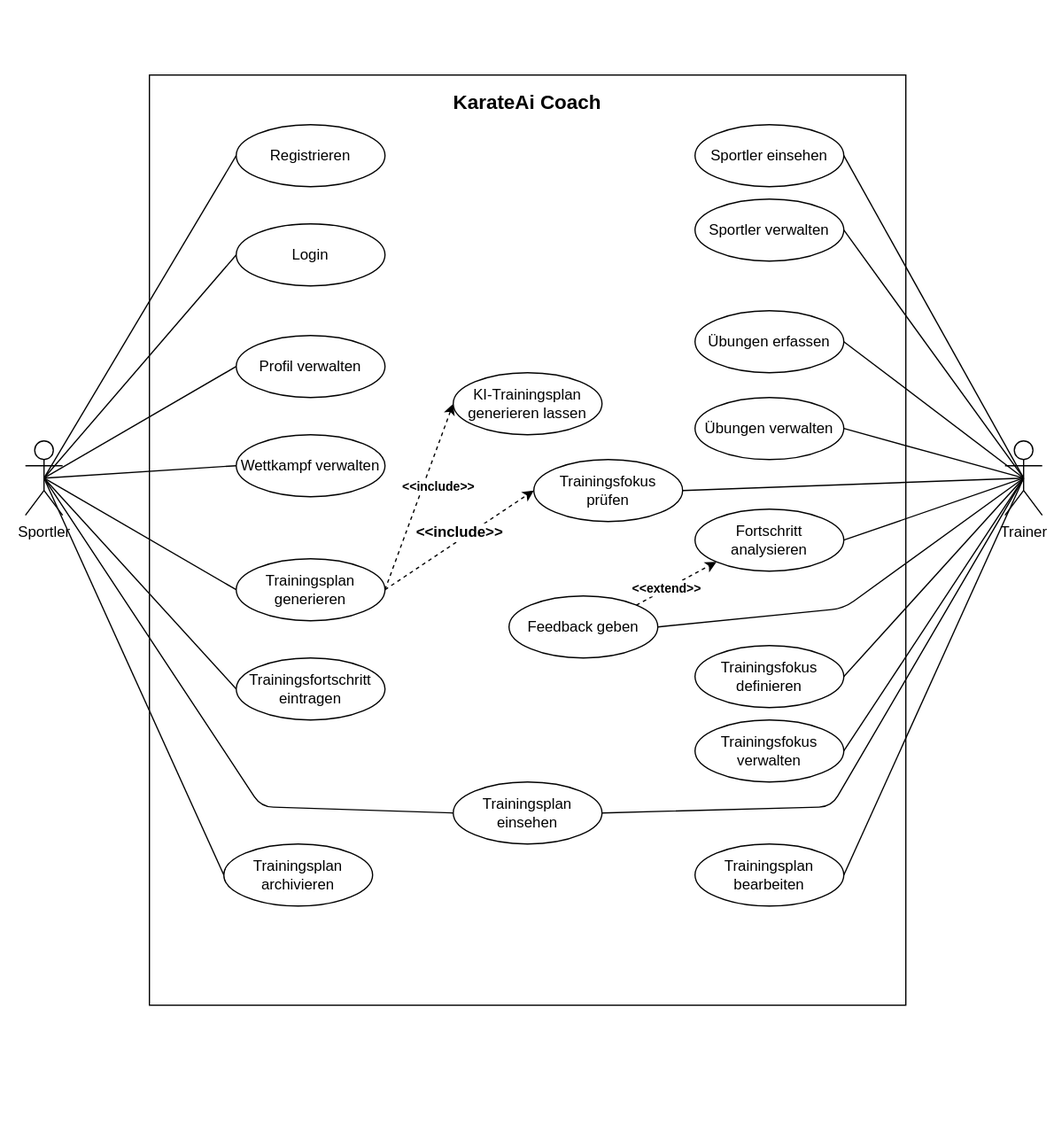
This is doc/uc-diagram.drawio.svg from Arben-ai/karateaicoach, a draw.io export, as it was before one commit. Source tidied: cells renumbered, new cells last; positions are measured from the earlier drawing's top-left corner, leaving out a move shared by most shapes.
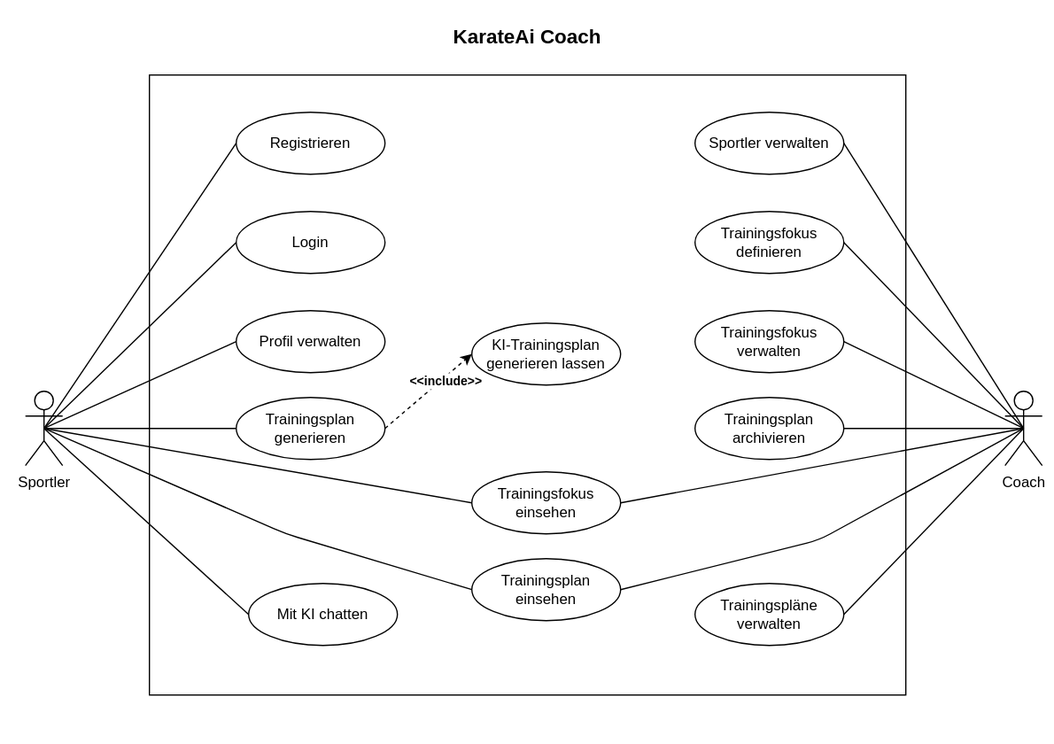
After the change.

Commit message:
Refactor code structure for improved readability and maintainability

What changed in the source:
```diff
@@ -3,10 +3,10 @@
     <mxCell id="0" />
     <mxCell id="1" parent="0" />
     <mxCell id="2" style="rounded=0;whiteSpace=wrap;html=1;strokeColor=none;" parent="1" vertex="1">
-      <mxGeometry width="850" height="920" as="geometry" />
+      <mxGeometry y="40" width="850" height="600" as="geometry" />
     </mxCell>
-    <mxCell id="3" value="&lt;font style=&quot;font-size: 16px;&quot;&gt;&lt;b&gt;KarateAi Coach&lt;/b&gt;&lt;/font&gt;&lt;div&gt;&lt;br&gt;&lt;/div&gt;&lt;div&gt;&lt;br&gt;&lt;/div&gt;&lt;div&gt;&lt;br&gt;&lt;/div&gt;&lt;div&gt;&lt;br&gt;&lt;/div&gt;&lt;div&gt;&lt;br&gt;&lt;/div&gt;&lt;div&gt;&lt;br&gt;&lt;/div&gt;&lt;div&gt;&lt;br&gt;&lt;/div&gt;&lt;div&gt;&lt;br&gt;&lt;/div&gt;&lt;div&gt;&lt;br&gt;&lt;/div&gt;&lt;div&gt;&lt;br&gt;&lt;/div&gt;&lt;div&gt;&lt;br&gt;&lt;/div&gt;&lt;div&gt;&lt;br&gt;&lt;/div&gt;&lt;div&gt;&lt;br&gt;&lt;/div&gt;&lt;div&gt;&lt;br&gt;&lt;/div&gt;&lt;div&gt;&lt;br&gt;&lt;/div&gt;&lt;div&gt;&lt;br&gt;&lt;/div&gt;&lt;div&gt;&lt;br&gt;&lt;/div&gt;&lt;div&gt;&lt;br&gt;&lt;/div&gt;&lt;div&gt;&lt;br&gt;&lt;/div&gt;&lt;div&gt;&lt;br&gt;&lt;/div&gt;&lt;div&gt;&lt;br&gt;&lt;/div&gt;&lt;div&gt;&lt;br&gt;&lt;/div&gt;&lt;div&gt;&lt;br&gt;&lt;/div&gt;&lt;div&gt;&lt;br&gt;&lt;/div&gt;&lt;div&gt;&lt;br&gt;&lt;/div&gt;&lt;div&gt;&lt;br&gt;&lt;/div&gt;&lt;div&gt;&lt;br&gt;&lt;/div&gt;&lt;div&gt;&lt;br&gt;&lt;/div&gt;&lt;div&gt;&lt;br&gt;&lt;/div&gt;&lt;div&gt;&lt;br&gt;&lt;/div&gt;&lt;div&gt;&lt;br&gt;&lt;/div&gt;&lt;div&gt;&lt;br&gt;&lt;/div&gt;&lt;div&gt;&lt;br&gt;&lt;/div&gt;&lt;div&gt;&lt;br&gt;&lt;/div&gt;&lt;div&gt;&lt;br&gt;&lt;/div&gt;&lt;div&gt;&lt;br&gt;&lt;/div&gt;&lt;div&gt;&lt;br&gt;&lt;/div&gt;&lt;div&gt;&lt;br&gt;&lt;/div&gt;&lt;div&gt;&lt;br&gt;&lt;/div&gt;&lt;div&gt;&lt;br&gt;&lt;/div&gt;&lt;div&gt;&lt;br&gt;&lt;/div&gt;&lt;div&gt;&lt;br&gt;&lt;/div&gt;&lt;div&gt;&lt;br&gt;&lt;/div&gt;&lt;div&gt;&lt;br&gt;&lt;/div&gt;&lt;div&gt;&lt;br&gt;&lt;/div&gt;&lt;div&gt;&lt;br&gt;&lt;/div&gt;&lt;div&gt;&lt;br&gt;&lt;/div&gt;&lt;div&gt;&lt;br&gt;&lt;/div&gt;&lt;div&gt;&lt;br&gt;&lt;/div&gt;" style="rounded=0;whiteSpace=wrap;html=1;" parent="1" vertex="1">
-      <mxGeometry x="120" y="60" width="610" height="750" as="geometry" />
+    <mxCell id="3" value="&lt;font style=&quot;font-size: 16px;&quot;&gt;&lt;b&gt;KarateAi Coach&lt;/b&gt;&lt;/font&gt;&lt;div&gt;&lt;br&gt;&lt;/div&gt;&lt;div&gt;&lt;br&gt;&lt;/div&gt;&lt;div&gt;&lt;br&gt;&lt;/div&gt;&lt;div&gt;&lt;br&gt;&lt;/div&gt;&lt;div&gt;&lt;br&gt;&lt;/div&gt;&lt;div&gt;&lt;br&gt;&lt;/div&gt;&lt;div&gt;&lt;br&gt;&lt;/div&gt;&lt;div&gt;&lt;br&gt;&lt;/div&gt;&lt;div&gt;&lt;br&gt;&lt;/div&gt;&lt;div&gt;&lt;br&gt;&lt;/div&gt;&lt;div&gt;&lt;br&gt;&lt;/div&gt;&lt;div&gt;&lt;br&gt;&lt;/div&gt;&lt;div&gt;&lt;br&gt;&lt;/div&gt;&lt;div&gt;&lt;br&gt;&lt;/div&gt;&lt;div&gt;&lt;br&gt;&lt;/div&gt;&lt;div&gt;&lt;br&gt;&lt;/div&gt;&lt;div&gt;&lt;br&gt;&lt;/div&gt;&lt;div&gt;&lt;br&gt;&lt;/div&gt;&lt;div&gt;&lt;br&gt;&lt;/div&gt;&lt;div&gt;&lt;br&gt;&lt;/div&gt;&lt;div&gt;&lt;br&gt;&lt;/div&gt;&lt;div&gt;&lt;br&gt;&lt;/div&gt;&lt;div&gt;&lt;br&gt;&lt;/div&gt;&lt;div&gt;&lt;br&gt;&lt;/div&gt;&lt;div&gt;&lt;br&gt;&lt;/div&gt;&lt;div&gt;&lt;br&gt;&lt;/div&gt;&lt;div&gt;&lt;br&gt;&lt;/div&gt;&lt;div&gt;&lt;br&gt;&lt;/div&gt;&lt;div&gt;&lt;br&gt;&lt;/div&gt;&lt;div&gt;&lt;br&gt;&lt;/div&gt;&lt;div&gt;&lt;br&gt;&lt;/div&gt;&lt;div&gt;&lt;br&gt;&lt;/div&gt;&lt;div&gt;&lt;br&gt;&lt;/div&gt;&lt;div&gt;&lt;br&gt;&lt;/div&gt;&lt;div&gt;&lt;br&gt;&lt;/div&gt;&lt;div&gt;&lt;br&gt;&lt;/div&gt;&lt;div&gt;&lt;br&gt;&lt;/div&gt;&lt;div&gt;&lt;br&gt;&lt;/div&gt;&lt;div&gt;&lt;br&gt;&lt;/div&gt;" style="rounded=0;whiteSpace=wrap;html=1;" parent="1" vertex="1">
+      <mxGeometry x="120" y="100" width="610" height="500" as="geometry" />
     </mxCell>
     <mxCell id="4" style="edgeStyle=none;shape=connector;rounded=1;html=1;exitX=0.5;exitY=0.5;exitDx=0;exitDy=0;exitPerimeter=0;entryX=0;entryY=0.5;entryDx=0;entryDy=0;strokeColor=default;align=center;verticalAlign=middle;fontFamily=Helvetica;fontSize=11;fontColor=default;labelBackgroundColor=default;endArrow=none;endFill=0;" parent="1" edge="1" source="6" target="15">
       <mxGeometry relative="1" as="geometry" />
@@ -23,11 +23,11 @@
     <mxCell id="8" style="edgeStyle=none;shape=connector;rounded=1;html=1;exitX=0.5;exitY=0.5;exitDx=0;exitDy=0;exitPerimeter=0;entryX=1;entryY=0.5;entryDx=0;entryDy=0;strokeColor=default;align=center;verticalAlign=middle;fontFamily=Helvetica;fontSize=11;fontColor=default;labelBackgroundColor=default;endArrow=none;endFill=0;" parent="1" edge="1" source="9" target="48">
       <mxGeometry relative="1" as="geometry" />
     </mxCell>
-    <mxCell id="9" value="Trainer" style="shape=umlActor;verticalLabelPosition=bottom;verticalAlign=top;html=1;outlineConnect=0;" parent="1" vertex="1">
+    <mxCell id="9" value="Coach" style="shape=umlActor;verticalLabelPosition=bottom;verticalAlign=top;html=1;outlineConnect=0;" parent="1" vertex="1">
       <mxGeometry x="810" y="355" width="30" height="60" as="geometry" />
     </mxCell>
     <mxCell id="10" value="Registrieren" style="ellipse;whiteSpace=wrap;html=1;" parent="1" vertex="1">
-      <mxGeometry x="190" y="100" width="120" height="50" as="geometry" />
+      <mxGeometry x="190" y="130" width="120" height="50" as="geometry" />
     </mxCell>
     <mxCell id="11" style="edgeStyle=none;html=1;exitX=1;exitY=0.5;exitDx=0;exitDy=0;entryX=0;entryY=0.5;entryDx=0;entryDy=0;dashed=1;" parent="1" edge="1" source="15" target="34">
       <mxGeometry relative="1" as="geometry" />
@@ -37,130 +37,79 @@
         <mxPoint x="14" y="-10" as="offset" />
       </mxGeometry>
     </mxCell>
-    <mxCell id="13" style="edgeStyle=none;shape=connector;rounded=1;html=1;exitX=1;exitY=0.5;exitDx=0;exitDy=0;entryX=0;entryY=0.5;entryDx=0;entryDy=0;strokeColor=default;align=center;verticalAlign=middle;fontFamily=Helvetica;fontSize=11;fontColor=default;labelBackgroundColor=default;endArrow=classic;endFill=1;dashed=1;" parent="1" edge="1" source="15" target="48">
-      <mxGeometry relative="1" as="geometry" />
-    </mxCell>
-    <mxCell id="14" value="&lt;font style=&quot;font-size: 12px;&quot;&gt;&lt;b&gt;&amp;lt;&amp;lt;include&amp;gt;&amp;gt;&lt;/b&gt;&lt;/font&gt;" style="edgeLabel;html=1;align=center;verticalAlign=middle;fontFamily=Helvetica;fontSize=11;fontColor=default;labelBackgroundColor=default;" parent="13" vertex="1">
-      <mxGeometry x="0.15" relative="1" as="geometry">
-        <mxPoint x="-10" as="offset" />
-      </mxGeometry>
-    </mxCell>
     <mxCell id="15" value="Trainingsplan generieren" style="ellipse;whiteSpace=wrap;html=1;" parent="1" vertex="1">
-      <mxGeometry x="190" y="450" width="120" height="50" as="geometry" />
+      <mxGeometry x="190" y="360" width="120" height="50" as="geometry" />
     </mxCell>
     <mxCell id="16" value="Profil verwalten" style="ellipse;whiteSpace=wrap;html=1;" parent="1" vertex="1">
-      <mxGeometry x="190" y="270" width="120" height="50" as="geometry" />
+      <mxGeometry x="190" y="290" width="120" height="50" as="geometry" />
     </mxCell>
     <mxCell id="17" value="Trainingsplan einsehen" style="ellipse;whiteSpace=wrap;html=1;" parent="1" vertex="1">
-      <mxGeometry x="365" y="630" width="120" height="50" as="geometry" />
+      <mxGeometry x="380" y="490" width="120" height="50" as="geometry" />
     </mxCell>
-    <mxCell id="18" value="Trainingsfortschritt eintragen" style="ellipse;whiteSpace=wrap;html=1;" parent="1" vertex="1">
-      <mxGeometry x="190" y="530" width="120" height="50" as="geometry" />
-    </mxCell>
     <mxCell id="19" value="Trainingsplan archivieren" style="ellipse;whiteSpace=wrap;html=1;" parent="1" vertex="1">
-      <mxGeometry x="180" y="680" width="120" height="50" as="geometry" />
+      <mxGeometry x="560" y="360" width="120" height="50" as="geometry" />
     </mxCell>
     <mxCell id="20" value="Sportler verwalten" style="ellipse;whiteSpace=wrap;html=1;" parent="1" vertex="1">
-      <mxGeometry x="560" y="160" width="120" height="50" as="geometry" />
+      <mxGeometry x="560" y="130" width="120" height="50" as="geometry" />
     </mxCell>
-    <mxCell id="21" value="Trainingsplan bearbeiten" style="ellipse;whiteSpace=wrap;html=1;" parent="1" vertex="1">
-      <mxGeometry x="560" y="680" width="120" height="50" as="geometry" />
+    <mxCell id="21" value="Trainingspläne&lt;br&gt;verwalten" style="ellipse;whiteSpace=wrap;html=1;" parent="1" vertex="1">
+      <mxGeometry x="560" y="510" width="120" height="50" as="geometry" />
     </mxCell>
-    <mxCell id="22" style="edgeStyle=none;html=1;exitX=1;exitY=0;exitDx=0;exitDy=0;entryX=0;entryY=1;entryDx=0;entryDy=0;dashed=1;" parent="1" edge="1" source="24" target="25">
-      <mxGeometry relative="1" as="geometry" />
-    </mxCell>
-    <mxCell id="23" value="&lt;b&gt;&lt;font style=&quot;font-size: 10px;&quot;&gt;&amp;lt;&amp;lt;extend&amp;gt;&amp;gt;&lt;/font&gt;&lt;/b&gt;" style="edgeLabel;html=1;align=center;verticalAlign=middle;" parent="22" vertex="1">
-      <mxGeometry x="-0.25" y="1" relative="1" as="geometry" />
-    </mxCell>
-    <mxCell id="24" value="Feedback geben" style="ellipse;whiteSpace=wrap;html=1;" parent="1" vertex="1">
-      <mxGeometry x="410" y="480" width="120" height="50" as="geometry" />
-    </mxCell>
-    <mxCell id="25" value="Fortschritt analysieren" style="ellipse;whiteSpace=wrap;html=1;" parent="1" vertex="1">
-      <mxGeometry x="560" y="410" width="120" height="50" as="geometry" />
-    </mxCell>
     <mxCell id="26" style="edgeStyle=none;html=1;exitX=0;exitY=0.5;exitDx=0;exitDy=0;entryX=0.5;entryY=0.5;entryDx=0;entryDy=0;entryPerimeter=0;endArrow=none;endFill=0;" parent="1" edge="1" source="10" target="6">
       <mxGeometry relative="1" as="geometry" />
     </mxCell>
     <mxCell id="27" style="edgeStyle=none;shape=connector;rounded=1;html=1;exitX=0;exitY=0.5;exitDx=0;exitDy=0;entryX=0.5;entryY=0.5;entryDx=0;entryDy=0;entryPerimeter=0;strokeColor=default;align=center;verticalAlign=middle;fontFamily=Helvetica;fontSize=11;fontColor=default;labelBackgroundColor=default;endArrow=none;endFill=0;" parent="1" edge="1" source="17" target="6">
       <mxGeometry relative="1" as="geometry">
         <Array as="points">
-          <mxPoint x="210" y="650" />
+          <mxPoint x="230" y="470" />
         </Array>
       </mxGeometry>
     </mxCell>
-    <mxCell id="28" style="edgeStyle=none;shape=connector;rounded=1;html=1;exitX=0;exitY=0.5;exitDx=0;exitDy=0;entryX=0.5;entryY=0.5;entryDx=0;entryDy=0;entryPerimeter=0;strokeColor=default;align=center;verticalAlign=middle;fontFamily=Helvetica;fontSize=11;fontColor=default;labelBackgroundColor=default;endArrow=none;endFill=0;" parent="1" edge="1" source="18" target="6">
-      <mxGeometry relative="1" as="geometry" />
-    </mxCell>
-    <mxCell id="29" style="edgeStyle=none;shape=connector;rounded=1;html=1;exitX=0;exitY=0.5;exitDx=0;exitDy=0;entryX=0.5;entryY=0.5;entryDx=0;entryDy=0;entryPerimeter=0;strokeColor=default;align=center;verticalAlign=middle;fontFamily=Helvetica;fontSize=11;fontColor=default;labelBackgroundColor=default;endArrow=none;endFill=0;" parent="1" edge="1" source="19" target="6">
+    <mxCell id="29" style="edgeStyle=none;shape=connector;rounded=1;html=1;exitX=1;exitY=0.5;exitDx=0;exitDy=0;entryX=0.5;entryY=0.5;entryDx=0;entryDy=0;entryPerimeter=0;strokeColor=default;align=center;verticalAlign=middle;fontFamily=Helvetica;fontSize=11;fontColor=default;labelBackgroundColor=default;endArrow=none;endFill=0;" parent="1" edge="1" source="19" target="9">
       <mxGeometry relative="1" as="geometry" />
     </mxCell>
     <mxCell id="30" style="edgeStyle=none;shape=connector;rounded=1;html=1;entryX=0.5;entryY=0.5;entryDx=0;entryDy=0;entryPerimeter=0;strokeColor=default;align=center;verticalAlign=middle;fontFamily=Helvetica;fontSize=11;fontColor=default;labelBackgroundColor=default;endArrow=none;endFill=0;exitX=1;exitY=0.5;exitDx=0;exitDy=0;" parent="1" edge="1" source="17" target="9">
       <mxGeometry relative="1" as="geometry">
         <Array as="points">
-          <mxPoint x="670" y="650" />
+          <mxPoint x="660" y="475" />
         </Array>
       </mxGeometry>
     </mxCell>
     <mxCell id="31" style="edgeStyle=none;shape=connector;rounded=1;html=1;exitX=1;exitY=0.5;exitDx=0;exitDy=0;entryX=0.5;entryY=0.5;entryDx=0;entryDy=0;entryPerimeter=0;strokeColor=default;align=center;verticalAlign=middle;fontFamily=Helvetica;fontSize=11;fontColor=default;labelBackgroundColor=default;endArrow=none;endFill=0;" parent="1" edge="1" source="21" target="9">
       <mxGeometry relative="1" as="geometry" />
     </mxCell>
-    <mxCell id="32" style="edgeStyle=none;shape=connector;rounded=1;html=1;exitX=1;exitY=0.5;exitDx=0;exitDy=0;entryX=0.5;entryY=0.5;entryDx=0;entryDy=0;entryPerimeter=0;strokeColor=default;align=center;verticalAlign=middle;fontFamily=Helvetica;fontSize=11;fontColor=default;labelBackgroundColor=default;endArrow=none;endFill=0;" parent="1" edge="1" source="24" target="9">
-      <mxGeometry relative="1" as="geometry">
-        <Array as="points">
-          <mxPoint x="680" y="490" />
-        </Array>
-      </mxGeometry>
-    </mxCell>
-    <mxCell id="33" style="edgeStyle=none;shape=connector;rounded=1;html=1;exitX=1;exitY=0.5;exitDx=0;exitDy=0;entryX=0.5;entryY=0.5;entryDx=0;entryDy=0;entryPerimeter=0;strokeColor=default;align=center;verticalAlign=middle;fontFamily=Helvetica;fontSize=11;fontColor=default;labelBackgroundColor=default;endArrow=none;endFill=0;" parent="1" edge="1" source="25" target="9">
-      <mxGeometry relative="1" as="geometry" />
-    </mxCell>
     <mxCell id="34" value="KI-Trainingsplan generieren lassen" style="ellipse;whiteSpace=wrap;html=1;" parent="1" vertex="1">
-      <mxGeometry x="365" y="300" width="120" height="50" as="geometry" />
+      <mxGeometry x="380" y="300" width="120" height="50" as="geometry" />
     </mxCell>
     <mxCell id="35" value="&lt;span style=&quot;color: rgb(0, 0, 0);&quot;&gt;Login&lt;/span&gt;" style="ellipse;whiteSpace=wrap;html=1;" parent="1" vertex="1">
-      <mxGeometry x="190" y="180" width="120" height="50" as="geometry" />
+      <mxGeometry x="190" y="210" width="120" height="50" as="geometry" />
     </mxCell>
-    <mxCell id="36" value="Wettkampf verwalten" style="ellipse;whiteSpace=wrap;html=1;" parent="1" vertex="1">
-      <mxGeometry x="190" y="350" width="120" height="50" as="geometry" />
-    </mxCell>
-    <mxCell id="37" style="edgeStyle=none;shape=connector;rounded=1;html=1;exitX=0;exitY=0.5;exitDx=0;exitDy=0;entryX=0.5;entryY=0.5;entryDx=0;entryDy=0;entryPerimeter=0;strokeColor=default;align=center;verticalAlign=middle;fontFamily=Helvetica;fontSize=11;fontColor=default;labelBackgroundColor=default;endArrow=none;endFill=0;" parent="1" edge="1" source="36" target="6">
-      <mxGeometry relative="1" as="geometry" />
-    </mxCell>
-    <mxCell id="38" value="Sportler einsehen" style="ellipse;whiteSpace=wrap;html=1;" parent="1" vertex="1">
-      <mxGeometry x="560" y="100" width="120" height="50" as="geometry" />
-    </mxCell>
-    <mxCell id="39" style="edgeStyle=none;shape=connector;rounded=1;html=1;exitX=1;exitY=0.5;exitDx=0;exitDy=0;entryX=0.5;entryY=0.5;entryDx=0;entryDy=0;entryPerimeter=0;strokeColor=default;align=center;verticalAlign=middle;fontFamily=Helvetica;fontSize=11;fontColor=default;labelBackgroundColor=default;endArrow=none;endFill=0;" parent="1" edge="1" source="38" target="9">
-      <mxGeometry relative="1" as="geometry" />
-    </mxCell>
-    <mxCell id="40" value="Übungen erfassen" style="ellipse;whiteSpace=wrap;html=1;" parent="1" vertex="1">
-      <mxGeometry x="560" y="250" width="120" height="50" as="geometry" />
-    </mxCell>
-    <mxCell id="41" value="Übungen verwalten" style="ellipse;whiteSpace=wrap;html=1;" parent="1" vertex="1">
-      <mxGeometry x="560" y="320" width="120" height="50" as="geometry" />
-    </mxCell>
-    <mxCell id="42" style="edgeStyle=none;shape=connector;rounded=1;html=1;exitX=1;exitY=0.5;exitDx=0;exitDy=0;entryX=0.5;entryY=0.5;entryDx=0;entryDy=0;entryPerimeter=0;strokeColor=default;align=center;verticalAlign=middle;fontFamily=Helvetica;fontSize=11;fontColor=default;labelBackgroundColor=default;endArrow=none;endFill=0;" parent="1" edge="1" source="40" target="9">
-      <mxGeometry relative="1" as="geometry" />
-    </mxCell>
-    <mxCell id="43" style="edgeStyle=none;shape=connector;rounded=1;html=1;exitX=1;exitY=0.5;exitDx=0;exitDy=0;entryX=0.5;entryY=0.5;entryDx=0;entryDy=0;entryPerimeter=0;strokeColor=default;align=center;verticalAlign=middle;fontFamily=Helvetica;fontSize=11;fontColor=default;labelBackgroundColor=default;endArrow=none;endFill=0;" parent="1" edge="1" source="41" target="9">
-      <mxGeometry relative="1" as="geometry" />
-    </mxCell>
     <mxCell id="44" value="Trainingsfokus definieren" style="ellipse;whiteSpace=wrap;html=1;" parent="1" vertex="1">
-      <mxGeometry x="560" y="520" width="120" height="50" as="geometry" />
+      <mxGeometry x="560" y="210" width="120" height="50" as="geometry" />
     </mxCell>
     <mxCell id="45" style="edgeStyle=none;shape=connector;rounded=1;html=1;exitX=1;exitY=0.5;exitDx=0;exitDy=0;entryX=0.5;entryY=0.5;entryDx=0;entryDy=0;entryPerimeter=0;strokeColor=default;align=center;verticalAlign=middle;fontFamily=Helvetica;fontSize=11;fontColor=default;labelBackgroundColor=default;endArrow=none;endFill=0;" parent="1" edge="1" source="44" target="9">
       <mxGeometry relative="1" as="geometry" />
     </mxCell>
     <mxCell id="46" value="Trainingsfokus verwalten" style="ellipse;whiteSpace=wrap;html=1;" parent="1" vertex="1">
-      <mxGeometry x="560" y="580" width="120" height="50" as="geometry" />
+      <mxGeometry x="560" y="290" width="120" height="50" as="geometry" />
     </mxCell>
     <mxCell id="47" style="edgeStyle=none;shape=connector;rounded=1;html=1;exitX=1;exitY=0.5;exitDx=0;exitDy=0;entryX=0.5;entryY=0.5;entryDx=0;entryDy=0;entryPerimeter=0;strokeColor=default;align=center;verticalAlign=middle;fontFamily=Helvetica;fontSize=11;fontColor=default;labelBackgroundColor=default;endArrow=none;endFill=0;" parent="1" edge="1" source="46" target="9">
       <mxGeometry relative="1" as="geometry" />
     </mxCell>
-    <mxCell id="48" value="Trainingsfokus&lt;div&gt;prüfen&lt;/div&gt;" style="ellipse;whiteSpace=wrap;html=1;" parent="1" vertex="1">
-      <mxGeometry x="430" y="370" width="120" height="50" as="geometry" />
+    <mxCell id="48" value="Trainingsfokus&lt;div&gt;einsehen&lt;/div&gt;" style="ellipse;whiteSpace=wrap;html=1;" parent="1" vertex="1">
+      <mxGeometry x="380" y="420" width="120" height="50" as="geometry" />
     </mxCell>
     <mxCell id="49" style="edgeStyle=none;shape=connector;rounded=1;html=1;exitX=0;exitY=0.5;exitDx=0;exitDy=0;entryX=0.5;entryY=0.5;entryDx=0;entryDy=0;entryPerimeter=0;strokeColor=default;align=center;verticalAlign=middle;fontFamily=Helvetica;fontSize=11;fontColor=default;labelBackgroundColor=default;endArrow=none;endFill=0;" parent="1" edge="1" source="16" target="6">
       <mxGeometry relative="1" as="geometry" />
     </mxCell>
+    <mxCell id="50" style="edgeStyle=none;html=1;exitX=0;exitY=0.5;exitDx=0;exitDy=0;entryX=0.5;entryY=0.5;entryDx=0;entryDy=0;entryPerimeter=0;endArrow=none;endFill=0;" parent="1" edge="1" source="48" target="6">
+      <mxGeometry relative="1" as="geometry" />
+    </mxCell>
+    <mxCell id="51" value="Mit KI chatten" style="ellipse;whiteSpace=wrap;html=1;" parent="1" vertex="1">
+      <mxGeometry x="200" y="510" width="120" height="50" as="geometry" />
+    </mxCell>
+    <mxCell id="52" style="edgeStyle=none;shape=connector;rounded=1;html=1;exitX=0;exitY=0.5;exitDx=0;exitDy=0;entryX=0.5;entryY=0.5;entryDx=0;entryDy=0;entryPerimeter=0;strokeColor=default;align=center;verticalAlign=middle;fontFamily=Helvetica;fontSize=11;fontColor=default;labelBackgroundColor=default;endArrow=none;endFill=0;" parent="1" edge="1" source="51" target="6">
+      <mxGeometry relative="1" as="geometry" />
+    </mxCell>
   </root>
 </mxGraphModel>
```
